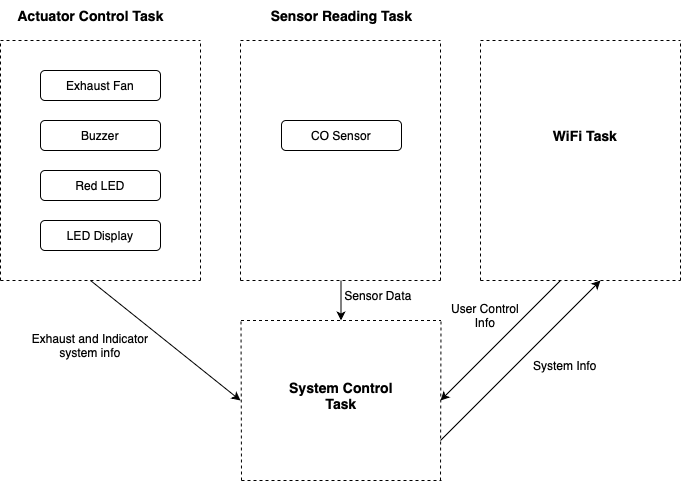
The draw.io diagram Images/TaskBD.drawio.png in ese5160/final-project-a07g-a14g-t29-straw-hats, before a commit. Source tidied: cells renumbered, new cells last; positions are measured from the earlier drawing's top-left corner, leaving out a move shared by most shapes. The source it was exported from:
```xml
<mxGraphModel>
  <root>
    <mxCell id="0" />
    <mxCell id="1" parent="0" />
    <mxCell id="2" value="Exhaust Fan" style="rounded=1;whiteSpace=wrap;html=1;" parent="1" vertex="1">
      <mxGeometry x="40" y="70" width="120" height="30" as="geometry" />
    </mxCell>
    <mxCell id="3" value="Buzzer" style="rounded=1;whiteSpace=wrap;html=1;" parent="1" vertex="1">
      <mxGeometry x="40" y="120" width="120" height="30" as="geometry" />
    </mxCell>
    <mxCell id="4" value="Red LED" style="rounded=1;whiteSpace=wrap;html=1;" parent="1" vertex="1">
      <mxGeometry x="40" y="170" width="120" height="30" as="geometry" />
    </mxCell>
    <mxCell id="5" value="LED Display" style="rounded=1;whiteSpace=wrap;html=1;" parent="1" vertex="1">
      <mxGeometry x="40" y="220" width="120" height="30" as="geometry" />
    </mxCell>
    <mxCell id="6" value="CO Sensor" style="rounded=1;whiteSpace=wrap;html=1;" parent="1" vertex="1">
      <mxGeometry x="281" y="120" width="120" height="30" as="geometry" />
    </mxCell>
    <mxCell id="7" style="endArrow=none;dashed=1;html=1;rounded=0;" parent="1" edge="1">
      <mxGeometry relative="1" as="geometry">
        <mxPoint y="40" as="sourcePoint" />
        <mxPoint x="200" y="40" as="targetPoint" />
      </mxGeometry>
    </mxCell>
    <mxCell id="8" style="endArrow=none;dashed=1;html=1;rounded=0;" parent="1" edge="1">
      <mxGeometry relative="1" as="geometry">
        <mxPoint y="280" as="sourcePoint" />
        <mxPoint x="200" y="280" as="targetPoint" />
      </mxGeometry>
    </mxCell>
    <mxCell id="9" style="endArrow=none;dashed=1;html=1;rounded=0;" parent="1" edge="1">
      <mxGeometry relative="1" as="geometry">
        <mxPoint x="200" y="280" as="sourcePoint" />
        <mxPoint x="200" y="40" as="targetPoint" />
      </mxGeometry>
    </mxCell>
    <mxCell id="10" style="endArrow=none;dashed=1;html=1;rounded=0;" parent="1" edge="1">
      <mxGeometry relative="1" as="geometry">
        <mxPoint y="280" as="sourcePoint" />
        <mxPoint y="40" as="targetPoint" />
      </mxGeometry>
    </mxCell>
    <mxCell id="11" style="endArrow=none;dashed=1;html=1;rounded=0;" parent="1" edge="1">
      <mxGeometry relative="1" as="geometry">
        <mxPoint x="240" y="40" as="sourcePoint" />
        <mxPoint x="440" y="40" as="targetPoint" />
      </mxGeometry>
    </mxCell>
    <mxCell id="12" style="endArrow=none;dashed=1;html=1;rounded=0;" parent="1" edge="1">
      <mxGeometry relative="1" as="geometry">
        <mxPoint x="240" y="280" as="sourcePoint" />
        <mxPoint x="440" y="280" as="targetPoint" />
      </mxGeometry>
    </mxCell>
    <mxCell id="13" style="endArrow=none;dashed=1;html=1;rounded=0;" parent="1" edge="1">
      <mxGeometry relative="1" as="geometry">
        <mxPoint x="440" y="280" as="sourcePoint" />
        <mxPoint x="440" y="40" as="targetPoint" />
      </mxGeometry>
    </mxCell>
    <mxCell id="14" style="endArrow=none;dashed=1;html=1;rounded=0;" parent="1" edge="1">
      <mxGeometry relative="1" as="geometry">
        <mxPoint x="240" y="280" as="sourcePoint" />
        <mxPoint x="240" y="40" as="targetPoint" />
      </mxGeometry>
    </mxCell>
    <mxCell id="15" style="endArrow=none;dashed=1;html=1;rounded=0;" parent="1" edge="1">
      <mxGeometry relative="1" as="geometry">
        <mxPoint x="480" y="40" as="sourcePoint" />
        <mxPoint x="680" y="40" as="targetPoint" />
      </mxGeometry>
    </mxCell>
    <mxCell id="16" style="endArrow=none;dashed=1;html=1;rounded=0;" parent="1" edge="1">
      <mxGeometry relative="1" as="geometry">
        <mxPoint x="480" y="280" as="sourcePoint" />
        <mxPoint x="680" y="280" as="targetPoint" />
      </mxGeometry>
    </mxCell>
    <mxCell id="17" style="endArrow=none;dashed=1;html=1;rounded=0;" parent="1" edge="1">
      <mxGeometry relative="1" as="geometry">
        <mxPoint x="680" y="280" as="sourcePoint" />
        <mxPoint x="680" y="40" as="targetPoint" />
      </mxGeometry>
    </mxCell>
    <mxCell id="18" style="endArrow=none;dashed=1;html=1;rounded=0;" parent="1" edge="1">
      <mxGeometry relative="1" as="geometry">
        <mxPoint x="480" y="280" as="sourcePoint" />
        <mxPoint x="480" y="40" as="targetPoint" />
      </mxGeometry>
    </mxCell>
    <mxCell id="19" value="&lt;font style=&quot;font-size: 14px;&quot;&gt;&lt;b&gt;WiFi Task&lt;/b&gt;&lt;/font&gt;" style="text;html=1;align=center;verticalAlign=middle;whiteSpace=wrap;rounded=0;" parent="1" vertex="1">
      <mxGeometry x="540" y="120" width="90" height="30" as="geometry" />
    </mxCell>
    <mxCell id="20" style="endArrow=none;dashed=1;html=1;rounded=0;" parent="1" edge="1">
      <mxGeometry relative="1" as="geometry">
        <mxPoint x="240.5" y="320" as="sourcePoint" />
        <mxPoint x="440.5" y="320" as="targetPoint" />
      </mxGeometry>
    </mxCell>
    <mxCell id="21" style="endArrow=none;dashed=1;html=1;rounded=0;" parent="1" edge="1">
      <mxGeometry relative="1" as="geometry">
        <mxPoint x="241" y="480" as="sourcePoint" />
        <mxPoint x="441" y="480" as="targetPoint" />
      </mxGeometry>
    </mxCell>
    <mxCell id="22" style="endArrow=none;dashed=1;html=1;rounded=0;" parent="1" edge="1">
      <mxGeometry relative="1" as="geometry">
        <mxPoint x="440" y="480" as="sourcePoint" />
        <mxPoint x="440.5" y="320" as="targetPoint" />
      </mxGeometry>
    </mxCell>
    <mxCell id="23" style="endArrow=none;dashed=1;html=1;rounded=0;" parent="1" edge="1">
      <mxGeometry relative="1" as="geometry">
        <mxPoint x="241" y="480" as="sourcePoint" />
        <mxPoint x="240.5" y="320" as="targetPoint" />
      </mxGeometry>
    </mxCell>
    <mxCell id="24" value="&lt;font style=&quot;font-size: 14px;&quot;&gt;&lt;b&gt;System Control Task&lt;/b&gt;&lt;/font&gt;" style="text;html=1;align=center;verticalAlign=middle;whiteSpace=wrap;rounded=0;" parent="1" vertex="1">
      <mxGeometry x="286.2" y="380" width="109.5" height="30" as="geometry" />
    </mxCell>
    <mxCell id="25" value="Exhaust and Indicator system info" style="text;html=1;align=center;verticalAlign=middle;whiteSpace=wrap;rounded=0;" parent="1" vertex="1">
      <mxGeometry x="30" y="330" width="120" height="30" as="geometry" />
    </mxCell>
    <mxCell id="26" style="endArrow=classic;html=1;rounded=0;" parent="1" edge="1">
      <mxGeometry relative="1" as="geometry">
        <mxPoint x="90" y="280" as="sourcePoint" />
        <mxPoint x="240" y="400" as="targetPoint" />
      </mxGeometry>
    </mxCell>
    <mxCell id="27" style="endArrow=classic;html=1;rounded=0;" parent="1" edge="1">
      <mxGeometry relative="1" as="geometry">
        <mxPoint x="340.5" y="280" as="sourcePoint" />
        <mxPoint x="340.5" y="320" as="targetPoint" />
      </mxGeometry>
    </mxCell>
    <mxCell id="28" style="endArrow=classic;html=1;rounded=0;" parent="1" edge="1">
      <mxGeometry relative="1" as="geometry">
        <mxPoint x="560" y="280" as="sourcePoint" />
        <mxPoint x="440" y="400" as="targetPoint" />
      </mxGeometry>
    </mxCell>
    <mxCell id="29" value="Sensor Data" style="text;html=1;align=center;verticalAlign=middle;whiteSpace=wrap;rounded=0;" parent="1" vertex="1">
      <mxGeometry x="340" y="280" width="76" height="30" as="geometry" />
    </mxCell>
    <mxCell id="30" style="endArrow=classic;html=1;rounded=0;" parent="1" edge="1">
      <mxGeometry relative="1" as="geometry">
        <mxPoint x="440" y="440" as="sourcePoint" />
        <mxPoint x="600" y="280" as="targetPoint" />
      </mxGeometry>
    </mxCell>
    <mxCell id="31" value="User Control Info" style="text;html=1;align=center;verticalAlign=middle;whiteSpace=wrap;rounded=0;" parent="1" vertex="1">
      <mxGeometry x="450" y="300" width="70" height="30" as="geometry" />
    </mxCell>
    <mxCell id="32" value="System Info" style="text;html=1;align=center;verticalAlign=middle;whiteSpace=wrap;rounded=0;" parent="1" vertex="1">
      <mxGeometry x="530" y="350" width="70" height="30" as="geometry" />
    </mxCell>
    <mxCell id="33" value="&lt;font style=&quot;font-size: 14px;&quot;&gt;&lt;b&gt;Actuator Control Task&lt;/b&gt;&lt;/font&gt;" style="text;html=1;align=center;verticalAlign=middle;whiteSpace=wrap;rounded=0;" parent="1" vertex="1">
      <mxGeometry x="12.5" width="155" height="30" as="geometry" />
    </mxCell>
    <mxCell id="34" value="&lt;font style=&quot;font-size: 14px;&quot;&gt;&lt;b&gt;Sensor Reading Task&lt;/b&gt;&lt;/font&gt;" style="text;html=1;align=center;verticalAlign=middle;whiteSpace=wrap;rounded=0;" parent="1" vertex="1">
      <mxGeometry x="263.5" width="155" height="30" as="geometry" />
    </mxCell>
  </root>
</mxGraphModel>
```
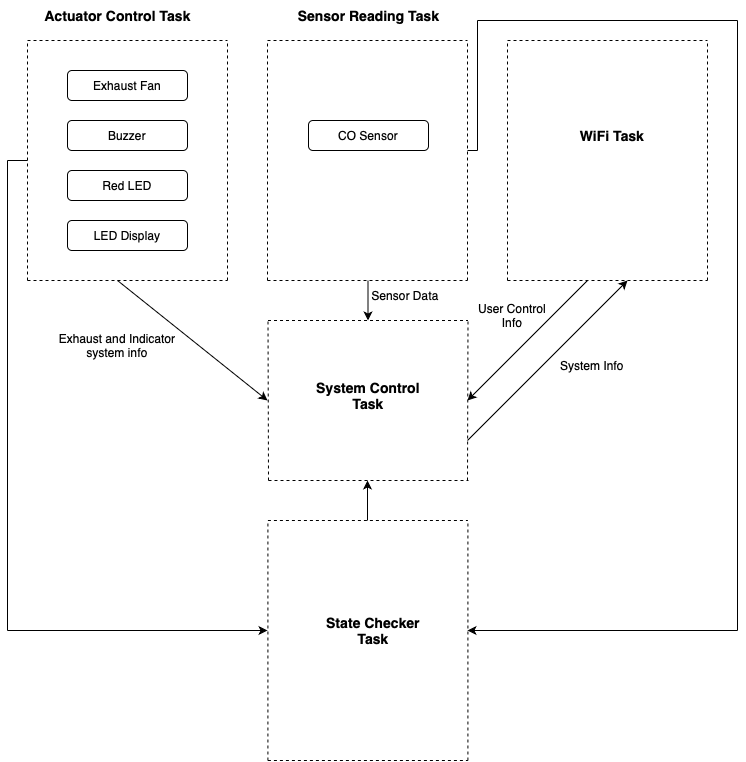
The same file after the commit.

Change to the diagram source:
```diff
@@ -161,5 +161,89 @@
     <mxCell id="34" value="&lt;font style=&quot;font-size: 14px;&quot;&gt;&lt;b&gt;Sensor Reading Task&lt;/b&gt;&lt;/font&gt;" style="text;html=1;align=center;verticalAlign=middle;whiteSpace=wrap;rounded=0;" parent="1" vertex="1">
       <mxGeometry x="263.5" width="155" height="30" as="geometry" />
     </mxCell>
+    <mxCell id="35" style="endArrow=none;dashed=1;html=1;rounded=0;" parent="1" edge="1">
+      <mxGeometry relative="1" as="geometry">
+        <mxPoint x="240.4" y="520" as="sourcePoint" />
+        <mxPoint x="440.4" y="520" as="targetPoint" />
+      </mxGeometry>
+    </mxCell>
+    <mxCell id="36" style="endArrow=none;dashed=1;html=1;rounded=0;" parent="1" edge="1">
+      <mxGeometry relative="1" as="geometry">
+        <mxPoint x="240.4" y="760" as="sourcePoint" />
+        <mxPoint x="440.4" y="760" as="targetPoint" />
+      </mxGeometry>
+    </mxCell>
+    <mxCell id="37" style="endArrow=none;dashed=1;html=1;rounded=0;" parent="1" edge="1">
+      <mxGeometry relative="1" as="geometry">
+        <mxPoint x="440.4" y="760" as="sourcePoint" />
+        <mxPoint x="440.4" y="520" as="targetPoint" />
+      </mxGeometry>
+    </mxCell>
+    <mxCell id="38" style="endArrow=none;dashed=1;html=1;rounded=0;" parent="1" edge="1">
+      <mxGeometry relative="1" as="geometry">
+        <mxPoint x="240.4" y="760" as="sourcePoint" />
+        <mxPoint x="240.4" y="520" as="targetPoint" />
+      </mxGeometry>
+    </mxCell>
+    <mxCell id="39" value="&lt;b&gt;&lt;font style=&quot;font-size: 14px;&quot;&gt;State Checker Task&lt;/font&gt;&lt;/b&gt;" style="text;html=1;align=center;verticalAlign=middle;whiteSpace=wrap;rounded=0;" parent="1" vertex="1">
+      <mxGeometry x="286.2" y="600" width="119.6" height="60" as="geometry" />
+    </mxCell>
+    <mxCell id="40" style="endArrow=classic;html=1;rounded=0;" parent="1" edge="1">
+      <mxGeometry relative="1" as="geometry">
+        <mxPoint x="-20" y="630" as="sourcePoint" />
+        <mxPoint x="240" y="630" as="targetPoint" />
+      </mxGeometry>
+    </mxCell>
+    <mxCell id="41" style="endArrow=none;html=1;rounded=0;" parent="1" edge="1">
+      <mxGeometry relative="1" as="geometry">
+        <mxPoint x="-20" y="630" as="sourcePoint" />
+        <mxPoint x="-20" y="160" as="targetPoint" />
+        <Array as="points">
+          <mxPoint x="-20" y="460" />
+        </Array>
+      </mxGeometry>
+    </mxCell>
+    <mxCell id="42" style="endArrow=none;html=1;rounded=0;" parent="1" edge="1">
+      <mxGeometry relative="1" as="geometry">
+        <mxPoint x="-20" y="160" as="sourcePoint" />
+        <mxPoint y="160" as="targetPoint" />
+      </mxGeometry>
+    </mxCell>
+    <mxCell id="43" style="endArrow=classic;html=1;rounded=0;" parent="1" edge="1">
+      <mxGeometry relative="1" as="geometry">
+        <mxPoint x="710" y="630" as="sourcePoint" />
+        <mxPoint x="440" y="630" as="targetPoint" />
+      </mxGeometry>
+    </mxCell>
+    <mxCell id="44" style="endArrow=none;html=1;rounded=0;" parent="1" edge="1">
+      <mxGeometry relative="1" as="geometry">
+        <mxPoint x="710" y="630" as="sourcePoint" />
+        <mxPoint x="710" y="20" as="targetPoint" />
+      </mxGeometry>
+    </mxCell>
+    <mxCell id="45" style="endArrow=none;html=1;rounded=0;" parent="1" edge="1">
+      <mxGeometry relative="1" as="geometry">
+        <mxPoint x="450" y="20" as="sourcePoint" />
+        <mxPoint x="710" y="20" as="targetPoint" />
+      </mxGeometry>
+    </mxCell>
+    <mxCell id="46" style="endArrow=none;html=1;rounded=0;" parent="1" edge="1">
+      <mxGeometry relative="1" as="geometry">
+        <mxPoint x="450" y="150" as="sourcePoint" />
+        <mxPoint x="450" y="20" as="targetPoint" />
+      </mxGeometry>
+    </mxCell>
+    <mxCell id="47" style="endArrow=none;html=1;rounded=0;" parent="1" edge="1">
+      <mxGeometry relative="1" as="geometry">
+        <mxPoint x="440" y="150" as="sourcePoint" />
+        <mxPoint x="450" y="150" as="targetPoint" />
+      </mxGeometry>
+    </mxCell>
+    <mxCell id="48" style="endArrow=classic;html=1;rounded=0;" parent="1" edge="1">
+      <mxGeometry relative="1" as="geometry">
+        <mxPoint x="340" y="520" as="sourcePoint" />
+        <mxPoint x="340" y="480" as="targetPoint" />
+      </mxGeometry>
+    </mxCell>
   </root>
 </mxGraphModel>
```
